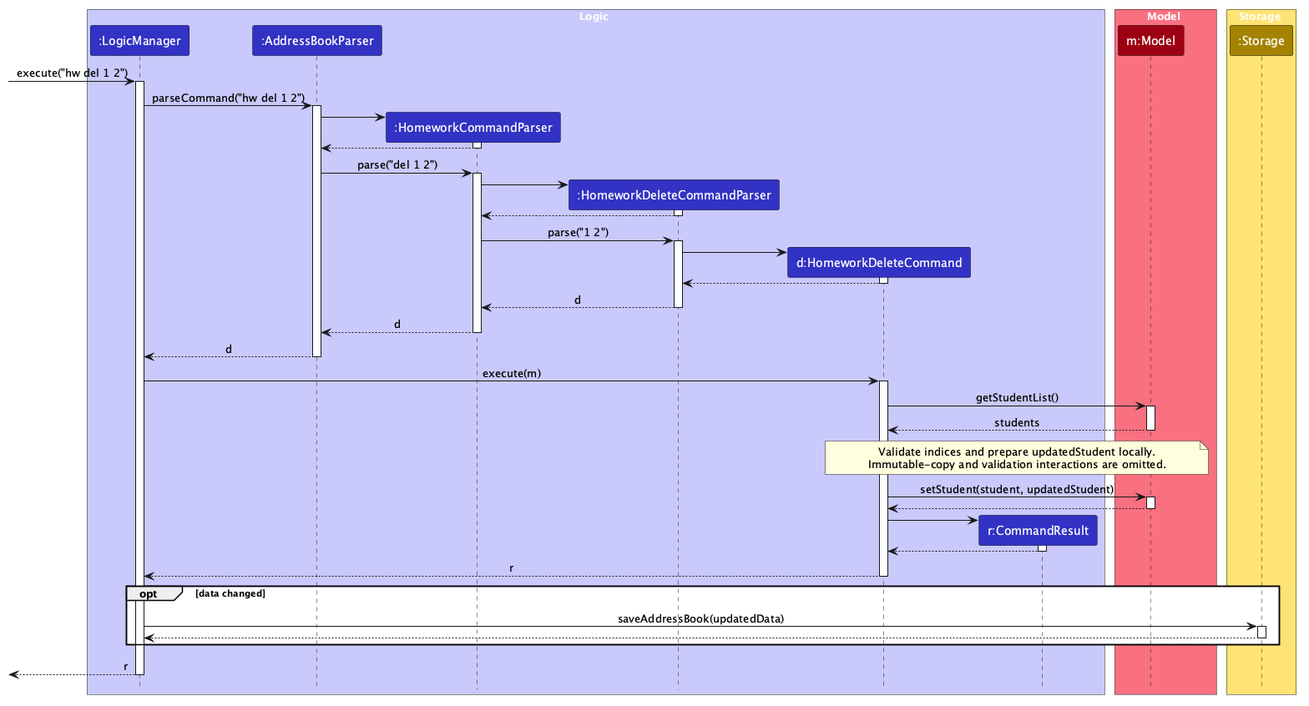
The PlantUML diagram docs/images/HomeworkDeleteSequenceDiagram.png in Alexc09/tp, before a commit. The source it was exported from:
```plantuml
@startuml
!include style.puml
skinparam ArrowFontStyle plain

box Logic LOGIC_COLOR_T1
participant ":LogicManager" as LogicManager LOGIC_COLOR
participant ":AddressBookParser" as AddressBookParser LOGIC_COLOR
participant ":HomeworkCommandParser" as HomeworkCommandParser LOGIC_COLOR
participant ":HomeworkDeleteCommandParser" as HomeworkDeleteCommandParser LOGIC_COLOR
participant "d:HomeworkDeleteCommand" as HomeworkDeleteCommand LOGIC_COLOR
participant "r:CommandResult" as CommandResult LOGIC_COLOR
end box

box Model MODEL_COLOR_T1
participant "m:Model" as Model MODEL_COLOR
end box

box Storage STORAGE_COLOR_T1
participant ":Storage" as Storage STORAGE_COLOR
end box

[-> LogicManager : execute("hw del 1 2")
activate LogicManager

LogicManager -> AddressBookParser : parseCommand("hw del 1 2")
activate AddressBookParser

create HomeworkCommandParser
AddressBookParser -> HomeworkCommandParser
activate HomeworkCommandParser

HomeworkCommandParser --> AddressBookParser
deactivate HomeworkCommandParser

AddressBookParser -> HomeworkCommandParser : parse("del 1 2")
activate HomeworkCommandParser

create HomeworkDeleteCommandParser
HomeworkCommandParser -> HomeworkDeleteCommandParser
activate HomeworkDeleteCommandParser

HomeworkDeleteCommandParser --> HomeworkCommandParser
deactivate HomeworkDeleteCommandParser

HomeworkCommandParser -> HomeworkDeleteCommandParser : parse("1 2")
activate HomeworkDeleteCommandParser

create HomeworkDeleteCommand
HomeworkDeleteCommandParser -> HomeworkDeleteCommand
activate HomeworkDeleteCommand

HomeworkDeleteCommand --> HomeworkDeleteCommandParser
deactivate HomeworkDeleteCommand

HomeworkDeleteCommandParser --> HomeworkCommandParser : d
deactivate HomeworkDeleteCommandParser

HomeworkCommandParser --> AddressBookParser : d
deactivate HomeworkCommandParser

AddressBookParser --> LogicManager : d
deactivate AddressBookParser

LogicManager -> HomeworkDeleteCommand : execute(m)
activate HomeworkDeleteCommand

HomeworkDeleteCommand -> Model : getStudentList()
activate Model

Model --> HomeworkDeleteCommand : students
deactivate Model

note over HomeworkDeleteCommand, Model
  Validate indices and prepare updatedStudent locally.
  Immutable-copy and validation interactions are omitted.
end note
HomeworkDeleteCommand -> Model : setStudent(student, updatedStudent)
activate Model

Model --> HomeworkDeleteCommand
deactivate Model

create CommandResult
HomeworkDeleteCommand -> CommandResult
activate CommandResult

CommandResult --> HomeworkDeleteCommand
deactivate CommandResult

HomeworkDeleteCommand --> LogicManager : r
deactivate HomeworkDeleteCommand

opt data changed
LogicManager -> Storage : saveAddressBook(updatedData)
activate Storage

Storage --> LogicManager
deactivate Storage
end

[<-- LogicManager : r
deactivate LogicManager
@enduml
```
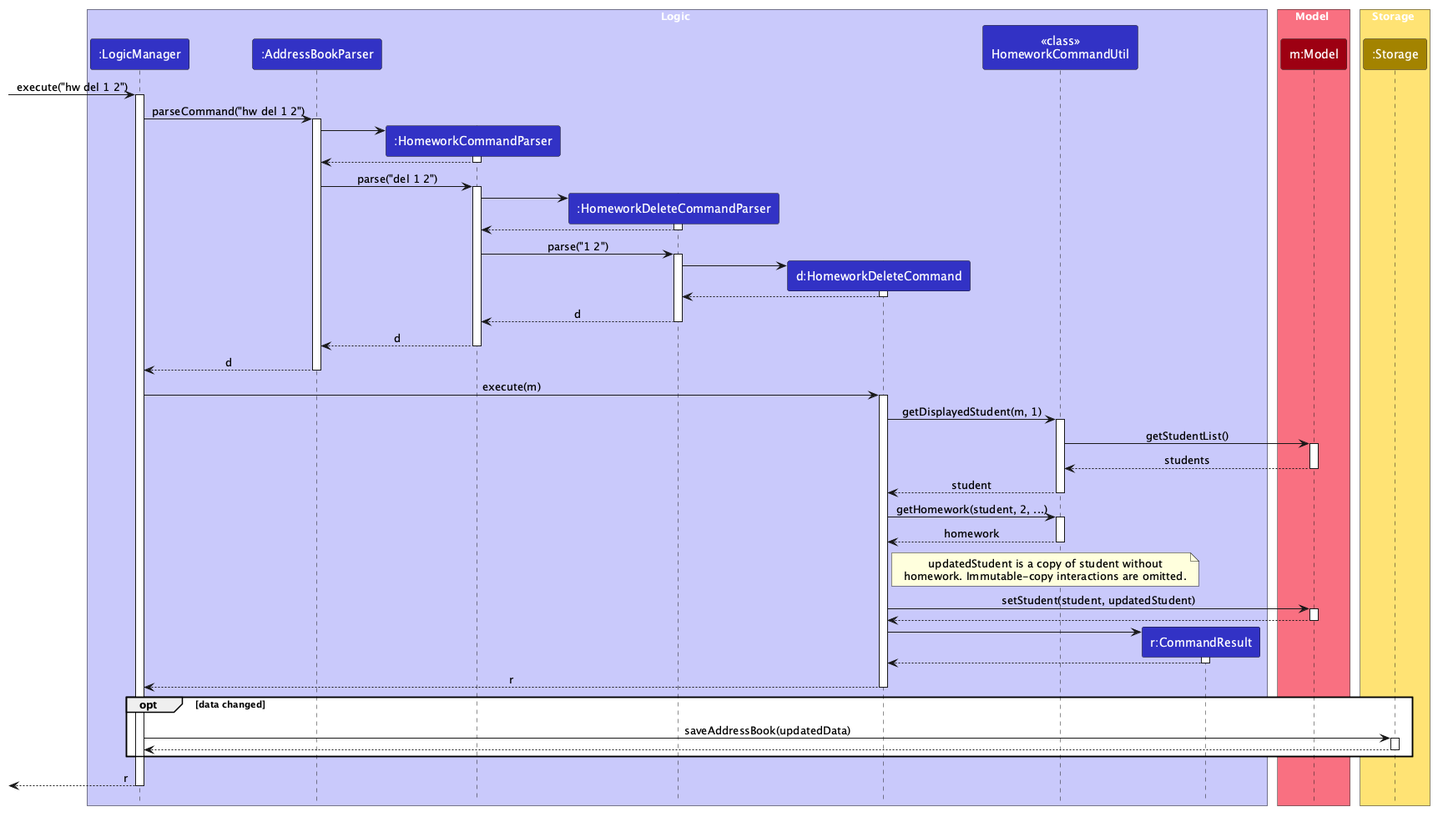
Above is the later version.

Commit message:
DG: Look up homework via util in delete diagram

The hw del 1 2 sequence diagram shows HomeworkDeleteCommand calling
model.getStudentList() itself. The command looks up the student and
the record through HomeworkCommandUtil, as the marks diagram shows,
so the two diagrams disagree and the delete one does not match the
code.

Let's add the HomeworkCommandUtil lifeline with the
getDisplayedStudent and getHomework calls, as in the marks diagram.

Change to the diagram source:
```diff
@@ -8,6 +8,7 @@
 participant ":HomeworkCommandParser" as HomeworkCommandParser LOGIC_COLOR
 participant ":HomeworkDeleteCommandParser" as HomeworkDeleteCommandParser LOGIC_COLOR
 participant "d:HomeworkDeleteCommand" as HomeworkDeleteCommand LOGIC_COLOR
+participant "<<class>>\nHomeworkCommandUtil" as HomeworkCommandUtil LOGIC_COLOR
 participant "r:CommandResult" as CommandResult LOGIC_COLOR
 end box
 
@@ -64,15 +65,27 @@
 LogicManager -> HomeworkDeleteCommand : execute(m)
 activate HomeworkDeleteCommand
 
-HomeworkDeleteCommand -> Model : getStudentList()
+HomeworkDeleteCommand -> HomeworkCommandUtil : getDisplayedStudent(m, 1)
+activate HomeworkCommandUtil
+
+HomeworkCommandUtil -> Model : getStudentList()
 activate Model
 
-Model --> HomeworkDeleteCommand : students
+Model --> HomeworkCommandUtil : students
 deactivate Model
 
-note over HomeworkDeleteCommand, Model
-  Validate indices and prepare updatedStudent locally.
-  Immutable-copy and validation interactions are omitted.
+HomeworkCommandUtil --> HomeworkDeleteCommand : student
+deactivate HomeworkCommandUtil
+
+HomeworkDeleteCommand -> HomeworkCommandUtil : getHomework(student, 2, ...)
+activate HomeworkCommandUtil
+
+HomeworkCommandUtil --> HomeworkDeleteCommand : homework
+deactivate HomeworkCommandUtil
+
+note right of HomeworkDeleteCommand
+  updatedStudent is a copy of student without
+  homework. Immutable-copy interactions are omitted.
 end note
 HomeworkDeleteCommand -> Model : setStudent(student, updatedStudent)
 activate Model
```
